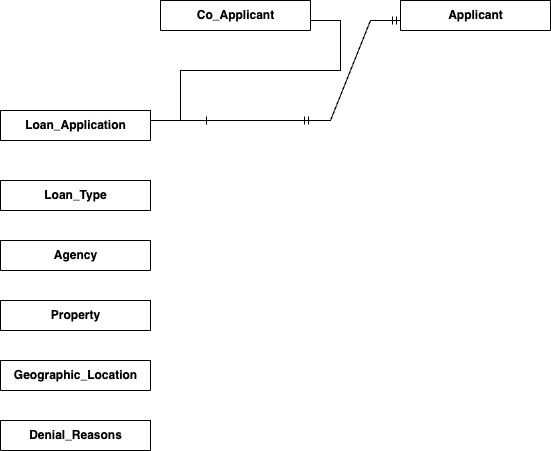
This is Untitled Diagram.drawio.png from nivasharmaa/CS336-Project0-group43, a draw.io export, as it was before one commit. Source tidied: cells renumbered, new cells last; positions are measured from the earlier drawing's top-left corner, leaving out a move shared by most shapes.
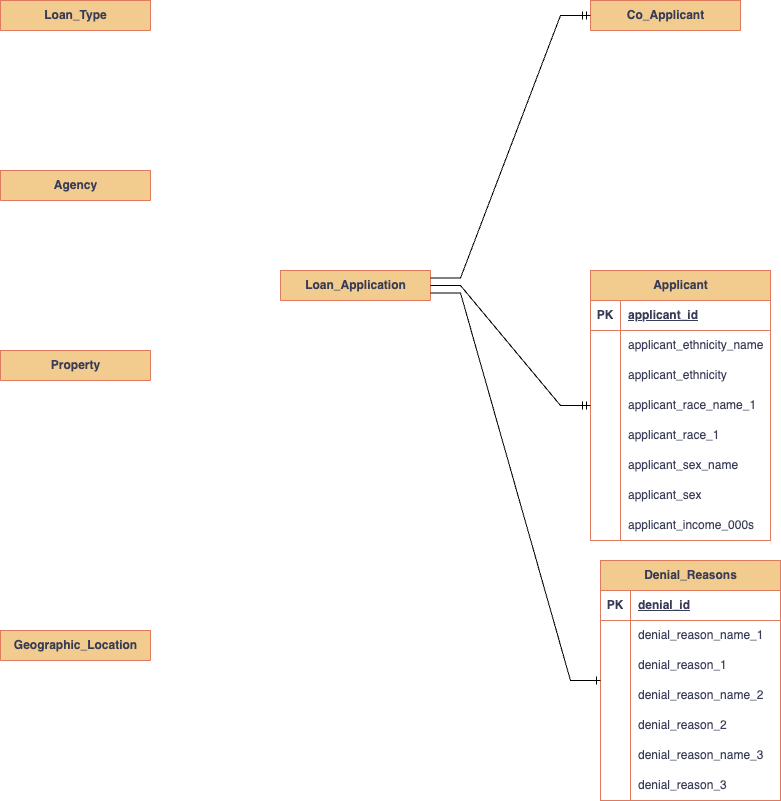
The same diagram one commit later.

Change to the diagram source:
```diff
@@ -2,53 +2,173 @@
   <root>
     <mxCell id="0" />
     <mxCell id="1" parent="0" />
-    <mxCell id="2" style="edgeStyle=entityRelationEdgeStyle;fontSize=12;html=1;endArrow=ERone;endFill=1;rounded=0;" parent="1" edge="1">
-      <mxGeometry relative="1" as="geometry">
-        <mxPoint x="310" y="20" as="sourcePoint" />
-        <mxPoint x="210" y="120" as="targetPoint" />
-        <Array as="points">
-          <mxPoint x="140" y="20" />
-        </Array>
-      </mxGeometry>
-    </mxCell>
-    <mxCell id="3" value="Loan&lt;span class=&quot;hljs-emphasis&quot;&gt;_Application&lt;/span&gt;" style="shape=table;startSize=30;rowLines=0;fontStyle=1;align=center;html=1;" parent="1" vertex="1" collapsed="1">
-      <mxGeometry y="110" width="150" height="30" as="geometry" />
+    <mxCell id="3" value="Loan&lt;span class=&quot;hljs-emphasis&quot;&gt;_Application&lt;/span&gt;" style="shape=table;startSize=30;rowLines=0;fontStyle=1;align=center;html=1;labelBackgroundColor=none;fillColor=#F2CC8F;strokeColor=#E07A5F;fontColor=#393C56;" parent="1" vertex="1" collapsed="1">
+      <mxGeometry x="230" y="180" width="150" height="30" as="geometry" />
     </mxCell>
-    <mxCell id="4" value="Applicant" style="shape=table;startSize=30;rowLines=0;fontStyle=1;align=center;html=1;" parent="1" vertex="1" collapsed="1">
-      <mxGeometry x="400" width="150" height="30" as="geometry" />
+    <mxCell id="4" value="Applicant" style="shape=table;startSize=30;rowLines=0;fontStyle=1;align=center;html=1;labelBackgroundColor=none;fillColor=#F2CC8F;strokeColor=#E07A5F;fontColor=#393C56;" parent="1" vertex="1">
+      <mxGeometry x="540" y="180" width="180" height="270" as="geometry" />
     </mxCell>
+    <mxCell id="13" style="shape=tableRow;horizontal=0;startSize=0;swimlaneHead=0;swimlaneBody=0;fillColor=none;top=0;left=0;right=0;bottom=1;labelBackgroundColor=none;strokeColor=#E07A5F;fontColor=#393C56;" parent="4" vertex="1">
+      <mxGeometry y="30" width="180" height="30" as="geometry" />
+    </mxCell>
+    <mxCell id="14" value="PK" style="shape=partialRectangle;fillColor=none;top=0;left=0;bottom=0;right=0;fontStyle=1;overflow=hidden;whiteSpace=wrap;html=1;labelBackgroundColor=none;strokeColor=#E07A5F;fontColor=#393C56;" parent="13" vertex="1">
+      <mxGeometry width="30" height="30" as="geometry" />
+    </mxCell>
+    <mxCell id="15" value="applicant&lt;span class=&quot;hljs-emphasis&quot;&gt;_id&lt;/span&gt;" style="shape=partialRectangle;fillColor=none;top=0;left=0;bottom=0;right=0;align=left;spacingLeft=6;fontStyle=5;overflow=hidden;whiteSpace=wrap;html=1;labelBackgroundColor=none;strokeColor=#E07A5F;fontColor=#393C56;" parent="13" vertex="1">
+      <mxGeometry x="30" width="150" height="30" as="geometry" />
+    </mxCell>
+    <mxCell id="16" style="shape=tableRow;horizontal=0;startSize=0;swimlaneHead=0;swimlaneBody=0;fillColor=none;top=0;left=0;right=0;bottom=0;labelBackgroundColor=none;strokeColor=#E07A5F;fontColor=#393C56;" parent="4" vertex="1">
+      <mxGeometry y="60" width="180" height="30" as="geometry" />
+    </mxCell>
+    <mxCell id="17" style="shape=partialRectangle;fillColor=none;top=0;left=0;bottom=0;right=0;overflow=hidden;whiteSpace=wrap;html=1;labelBackgroundColor=none;strokeColor=#E07A5F;fontColor=#393C56;" parent="16" vertex="1">
+      <mxGeometry width="30" height="30" as="geometry" />
+    </mxCell>
+    <mxCell id="18" value="&lt;meta charset=&quot;utf-8&quot;&gt;&lt;span class=&quot;hljs-emphasis&quot;&gt;applicant_&lt;/span&gt;ethnicity&lt;span class=&quot;hljs-emphasis&quot;&gt;_name&lt;/span&gt;" style="shape=partialRectangle;fillColor=none;top=0;left=0;bottom=0;right=0;align=left;spacingLeft=6;overflow=hidden;whiteSpace=wrap;html=1;labelBackgroundColor=none;strokeColor=#E07A5F;fontColor=#393C56;" parent="16" vertex="1">
+      <mxGeometry x="30" width="150" height="30" as="geometry" />
+    </mxCell>
+    <mxCell id="19" style="shape=tableRow;horizontal=0;startSize=0;swimlaneHead=0;swimlaneBody=0;fillColor=none;top=0;left=0;right=0;bottom=0;labelBackgroundColor=none;strokeColor=#E07A5F;fontColor=#393C56;" parent="4" vertex="1">
+      <mxGeometry y="90" width="180" height="30" as="geometry" />
+    </mxCell>
+    <mxCell id="20" style="shape=partialRectangle;fillColor=none;top=0;left=0;bottom=0;right=0;overflow=hidden;whiteSpace=wrap;html=1;labelBackgroundColor=none;strokeColor=#E07A5F;fontColor=#393C56;" parent="19" vertex="1">
+      <mxGeometry width="30" height="30" as="geometry" />
+    </mxCell>
+    <mxCell id="21" value="&lt;meta charset=&quot;utf-8&quot;&gt;&lt;span class=&quot;hljs-emphasis&quot;&gt;applicant_&lt;/span&gt;ethnicity" style="shape=partialRectangle;fillColor=none;top=0;left=0;bottom=0;right=0;align=left;spacingLeft=6;overflow=hidden;whiteSpace=wrap;html=1;labelBackgroundColor=none;strokeColor=#E07A5F;fontColor=#393C56;" parent="19" vertex="1">
+      <mxGeometry x="30" width="150" height="30" as="geometry" />
+    </mxCell>
+    <mxCell id="22" style="shape=tableRow;horizontal=0;startSize=0;swimlaneHead=0;swimlaneBody=0;fillColor=none;top=0;left=0;right=0;bottom=0;labelBackgroundColor=none;strokeColor=#E07A5F;fontColor=#393C56;" parent="4" vertex="1">
+      <mxGeometry y="120" width="180" height="30" as="geometry" />
+    </mxCell>
+    <mxCell id="23" style="shape=partialRectangle;fillColor=none;top=0;left=0;bottom=0;right=0;overflow=hidden;whiteSpace=wrap;html=1;labelBackgroundColor=none;strokeColor=#E07A5F;fontColor=#393C56;" parent="22" vertex="1">
+      <mxGeometry width="30" height="30" as="geometry" />
+    </mxCell>
+    <mxCell id="24" value="&lt;meta charset=&quot;utf-8&quot;&gt;applicant&lt;span class=&quot;hljs-emphasis&quot;&gt;_race_&lt;/span&gt;name&lt;span class=&quot;hljs-emphasis&quot;&gt;_1&lt;/span&gt;" style="shape=partialRectangle;fillColor=none;top=0;left=0;bottom=0;right=0;align=left;spacingLeft=6;overflow=hidden;whiteSpace=wrap;html=1;labelBackgroundColor=none;strokeColor=#E07A5F;fontColor=#393C56;" parent="22" vertex="1">
+      <mxGeometry x="30" width="150" height="30" as="geometry" />
+    </mxCell>
+    <mxCell id="25" style="shape=tableRow;horizontal=0;startSize=0;swimlaneHead=0;swimlaneBody=0;fillColor=none;top=0;left=0;right=0;bottom=0;labelBackgroundColor=none;strokeColor=#E07A5F;fontColor=#393C56;" parent="4" vertex="1">
+      <mxGeometry y="150" width="180" height="30" as="geometry" />
+    </mxCell>
+    <mxCell id="26" style="shape=partialRectangle;fillColor=none;top=0;left=0;bottom=0;right=0;overflow=hidden;whiteSpace=wrap;html=1;labelBackgroundColor=none;strokeColor=#E07A5F;fontColor=#393C56;" parent="25" vertex="1">
+      <mxGeometry width="30" height="30" as="geometry" />
+    </mxCell>
+    <mxCell id="27" value="&lt;meta charset=&quot;utf-8&quot;&gt;&lt;span class=&quot;hljs-emphasis&quot;&gt;applicant_&lt;/span&gt;race&lt;span class=&quot;hljs-emphasis&quot;&gt;_1&lt;/span&gt;" style="shape=partialRectangle;fillColor=none;top=0;left=0;bottom=0;right=0;align=left;spacingLeft=6;overflow=hidden;whiteSpace=wrap;html=1;labelBackgroundColor=none;strokeColor=#E07A5F;fontColor=#393C56;" parent="25" vertex="1">
+      <mxGeometry x="30" width="150" height="30" as="geometry" />
+    </mxCell>
+    <mxCell id="28" style="shape=tableRow;horizontal=0;startSize=0;swimlaneHead=0;swimlaneBody=0;fillColor=none;top=0;left=0;right=0;bottom=0;labelBackgroundColor=none;strokeColor=#E07A5F;fontColor=#393C56;" parent="4" vertex="1">
+      <mxGeometry y="180" width="180" height="30" as="geometry" />
+    </mxCell>
+    <mxCell id="29" style="shape=partialRectangle;fillColor=none;top=0;left=0;bottom=0;right=0;overflow=hidden;whiteSpace=wrap;html=1;labelBackgroundColor=none;strokeColor=#E07A5F;fontColor=#393C56;" parent="28" vertex="1">
+      <mxGeometry width="30" height="30" as="geometry" />
+    </mxCell>
+    <mxCell id="30" value="&lt;meta charset=&quot;utf-8&quot;&gt;&lt;span class=&quot;hljs-emphasis&quot;&gt;applicant_&lt;/span&gt;sex&lt;span class=&quot;hljs-emphasis&quot;&gt;_name&lt;/span&gt;" style="shape=partialRectangle;fillColor=none;top=0;left=0;bottom=0;right=0;align=left;spacingLeft=6;overflow=hidden;whiteSpace=wrap;html=1;labelBackgroundColor=none;strokeColor=#E07A5F;fontColor=#393C56;" parent="28" vertex="1">
+      <mxGeometry x="30" width="150" height="30" as="geometry" />
+    </mxCell>
+    <mxCell id="31" style="shape=tableRow;horizontal=0;startSize=0;swimlaneHead=0;swimlaneBody=0;fillColor=none;top=0;left=0;right=0;bottom=0;labelBackgroundColor=none;strokeColor=#E07A5F;fontColor=#393C56;" parent="4" vertex="1">
+      <mxGeometry y="210" width="180" height="30" as="geometry" />
+    </mxCell>
+    <mxCell id="32" style="shape=partialRectangle;fillColor=none;top=0;left=0;bottom=0;right=0;overflow=hidden;whiteSpace=wrap;html=1;labelBackgroundColor=none;strokeColor=#E07A5F;fontColor=#393C56;" parent="31" vertex="1">
+      <mxGeometry width="30" height="30" as="geometry" />
+    </mxCell>
+    <mxCell id="33" value="&lt;meta charset=&quot;utf-8&quot;&gt;&lt;span class=&quot;hljs-emphasis&quot;&gt;applicant_&lt;/span&gt;sex" style="shape=partialRectangle;fillColor=none;top=0;left=0;bottom=0;right=0;align=left;spacingLeft=6;overflow=hidden;whiteSpace=wrap;html=1;labelBackgroundColor=none;strokeColor=#E07A5F;fontColor=#393C56;" parent="31" vertex="1">
+      <mxGeometry x="30" width="150" height="30" as="geometry" />
+    </mxCell>
+    <mxCell id="34" style="shape=tableRow;horizontal=0;startSize=0;swimlaneHead=0;swimlaneBody=0;fillColor=none;top=0;left=0;right=0;bottom=0;labelBackgroundColor=none;strokeColor=#E07A5F;fontColor=#393C56;" parent="4" vertex="1">
+      <mxGeometry y="240" width="180" height="30" as="geometry" />
+    </mxCell>
+    <mxCell id="35" style="shape=partialRectangle;fillColor=none;top=0;left=0;bottom=0;right=0;overflow=hidden;whiteSpace=wrap;html=1;labelBackgroundColor=none;strokeColor=#E07A5F;fontColor=#393C56;" parent="34" vertex="1">
+      <mxGeometry width="30" height="30" as="geometry" />
+    </mxCell>
+    <mxCell id="36" value="&lt;meta charset=&quot;utf-8&quot;&gt;applicant&lt;span class=&quot;hljs-emphasis&quot;&gt;_income_&lt;/span&gt;000s" style="shape=partialRectangle;fillColor=none;top=0;left=0;bottom=0;right=0;align=left;spacingLeft=6;overflow=hidden;whiteSpace=wrap;html=1;labelBackgroundColor=none;strokeColor=#E07A5F;fontColor=#393C56;" parent="34" vertex="1">
+      <mxGeometry x="30" width="150" height="30" as="geometry" />
+    </mxCell>
-    <mxCell id="5" value="Co&lt;span class=&quot;hljs-emphasis&quot;&gt;_Applicant&lt;/span&gt;" style="shape=table;startSize=30;rowLines=0;fontStyle=1;align=center;html=1;" parent="1" vertex="1" collapsed="1">
-      <mxGeometry x="160" width="150" height="30" as="geometry" />
+    <mxCell id="5" value="Co&lt;span class=&quot;hljs-emphasis&quot;&gt;_Applicant&lt;/span&gt;" style="shape=table;startSize=30;rowLines=0;fontStyle=1;align=center;html=1;labelBackgroundColor=none;fillColor=#F2CC8F;strokeColor=#E07A5F;fontColor=#393C56;" parent="1" vertex="1" collapsed="1">
+      <mxGeometry x="540" y="-90" width="150" height="30" as="geometry" />
     </mxCell>
-    <mxCell id="6" value="Loan_Type" style="shape=table;startSize=30;rowLines=0;fontStyle=1;align=center;html=1;" parent="1" vertex="1" collapsed="1">
-      <mxGeometry y="180" width="150" height="30" as="geometry" />
+    <mxCell id="6" value="Loan_Type" style="shape=table;startSize=30;rowLines=0;fontStyle=1;align=center;html=1;labelBackgroundColor=none;fillColor=#F2CC8F;strokeColor=#E07A5F;fontColor=#393C56;" parent="1" vertex="1" collapsed="1">
+      <mxGeometry x="-50" y="-90" width="150" height="30" as="geometry" />
     </mxCell>
-    <mxCell id="7" value="Agency" style="shape=table;startSize=30;rowLines=0;fontStyle=1;align=center;html=1;" parent="1" vertex="1" collapsed="1">
-      <mxGeometry y="240" width="150" height="30" as="geometry" />
+    <mxCell id="7" value="Agency" style="shape=table;startSize=30;rowLines=0;fontStyle=1;align=center;html=1;labelBackgroundColor=none;fillColor=#F2CC8F;strokeColor=#E07A5F;fontColor=#393C56;" parent="1" vertex="1" collapsed="1">
+      <mxGeometry x="-50" y="80" width="150" height="30" as="geometry" />
     </mxCell>
-    <mxCell id="8" value="Property" style="shape=table;startSize=30;rowLines=0;fontStyle=1;align=center;html=1;" parent="1" vertex="1" collapsed="1">
-      <mxGeometry y="300" width="150" height="30" as="geometry" />
+    <mxCell id="8" value="Property" style="shape=table;startSize=30;rowLines=0;fontStyle=1;align=center;html=1;labelBackgroundColor=none;fillColor=#F2CC8F;strokeColor=#E07A5F;fontColor=#393C56;" parent="1" vertex="1" collapsed="1">
+      <mxGeometry x="-50" y="260" width="150" height="30" as="geometry" />
     </mxCell>
-    <mxCell id="9" value="Geographic&lt;span class=&quot;hljs-emphasis&quot;&gt;_Location&lt;/span&gt;" style="shape=table;startSize=30;rowLines=0;fontStyle=1;align=center;html=1;" parent="1" vertex="1" collapsed="1">
-      <mxGeometry y="360" width="150" height="30" as="geometry" />
+    <mxCell id="9" value="Geographic&lt;span class=&quot;hljs-emphasis&quot;&gt;_Location&lt;/span&gt;" style="shape=table;startSize=30;rowLines=0;fontStyle=1;align=center;html=1;labelBackgroundColor=none;fillColor=#F2CC8F;strokeColor=#E07A5F;fontColor=#393C56;" parent="1" vertex="1" collapsed="1">
+      <mxGeometry x="-50" y="540" width="150" height="30" as="geometry" />
     </mxCell>
-    <mxCell id="10" value="Denial&lt;span class=&quot;hljs-emphasis&quot;&gt;_Reasons&lt;/span&gt;" style="shape=table;startSize=30;rowLines=0;fontStyle=1;align=center;html=1;" parent="1" vertex="1" collapsed="1">
-      <mxGeometry y="420" width="150" height="30" as="geometry" />
+    <mxCell id="10" value="Denial&lt;span class=&quot;hljs-emphasis&quot;&gt;_Reasons&lt;/span&gt;" style="shape=table;startSize=30;rowLines=0;fontStyle=1;align=center;html=1;labelBackgroundColor=none;fillColor=#F2CC8F;strokeColor=#E07A5F;fontColor=#393C56;" parent="1" vertex="1">
+      <mxGeometry x="550" y="470" width="180" height="240" as="geometry" />
     </mxCell>
-    <mxCell id="11" style="edgeStyle=entityRelationEdgeStyle;fontSize=12;html=1;endArrow=ERmandOne;startArrow=ERmandOne;rounded=0;" parent="1" edge="1">
-      <mxGeometry relative="1" as="geometry">
-        <mxPoint x="300" y="120" as="sourcePoint" />
-        <mxPoint x="400" y="20" as="targetPoint" />
-        <Array as="points">
-          <mxPoint x="350" y="70" />
-        </Array>
-      </mxGeometry>
-    </mxCell>
-    <mxCell id="12" style="endArrow=none;html=1;rounded=0;" parent="1" edge="1">
-      <mxGeometry relative="1" as="geometry">
-        <mxPoint x="150" y="120" as="sourcePoint" />
-        <mxPoint x="310" y="120" as="targetPoint" />
-      </mxGeometry>
-    </mxCell>
+    <mxCell id="37" style="shape=tableRow;horizontal=0;startSize=0;swimlaneHead=0;swimlaneBody=0;fillColor=none;top=0;left=0;right=0;bottom=1;labelBackgroundColor=none;strokeColor=#E07A5F;fontColor=#393C56;" parent="10" vertex="1">
+      <mxGeometry y="30" width="180" height="30" as="geometry" />
+    </mxCell>
+    <mxCell id="38" value="PK" style="shape=partialRectangle;fillColor=none;top=0;left=0;bottom=0;right=0;fontStyle=1;overflow=hidden;whiteSpace=wrap;html=1;labelBackgroundColor=none;strokeColor=#E07A5F;fontColor=#393C56;" parent="37" vertex="1">
+      <mxGeometry width="30" height="30" as="geometry" />
+    </mxCell>
+    <mxCell id="39" value="&lt;span class=&quot;hljs-emphasis&quot;&gt;denial_&lt;/span&gt;id" style="shape=partialRectangle;fillColor=none;top=0;left=0;bottom=0;right=0;align=left;spacingLeft=6;fontStyle=5;overflow=hidden;whiteSpace=wrap;html=1;labelBackgroundColor=none;strokeColor=#E07A5F;fontColor=#393C56;" parent="37" vertex="1">
+      <mxGeometry x="30" width="150" height="30" as="geometry" />
+    </mxCell>
+    <mxCell id="40" style="shape=tableRow;horizontal=0;startSize=0;swimlaneHead=0;swimlaneBody=0;fillColor=none;top=0;left=0;right=0;bottom=0;labelBackgroundColor=none;strokeColor=#E07A5F;fontColor=#393C56;" parent="10" vertex="1">
+      <mxGeometry y="60" width="180" height="30" as="geometry" />
+    </mxCell>
+    <mxCell id="41" style="shape=partialRectangle;fillColor=none;top=0;left=0;bottom=0;right=0;overflow=hidden;whiteSpace=wrap;html=1;labelBackgroundColor=none;strokeColor=#E07A5F;fontColor=#393C56;" parent="40" vertex="1">
+      <mxGeometry width="30" height="30" as="geometry" />
+    </mxCell>
+    <mxCell id="42" value="&lt;meta charset=&quot;utf-8&quot;&gt;denial&lt;span class=&quot;hljs-emphasis&quot;&gt;_reason_&lt;/span&gt;name&lt;span class=&quot;hljs-emphasis&quot;&gt;_1&lt;/span&gt;" style="shape=partialRectangle;fillColor=none;top=0;left=0;bottom=0;right=0;align=left;spacingLeft=6;overflow=hidden;whiteSpace=wrap;html=1;labelBackgroundColor=none;strokeColor=#E07A5F;fontColor=#393C56;" parent="40" vertex="1">
+      <mxGeometry x="30" width="150" height="30" as="geometry" />
+    </mxCell>
+    <mxCell id="43" style="shape=tableRow;horizontal=0;startSize=0;swimlaneHead=0;swimlaneBody=0;fillColor=none;top=0;left=0;right=0;bottom=0;labelBackgroundColor=none;strokeColor=#E07A5F;fontColor=#393C56;" parent="10" vertex="1">
+      <mxGeometry y="90" width="180" height="30" as="geometry" />
+    </mxCell>
+    <mxCell id="44" style="shape=partialRectangle;fillColor=none;top=0;left=0;bottom=0;right=0;overflow=hidden;whiteSpace=wrap;html=1;labelBackgroundColor=none;strokeColor=#E07A5F;fontColor=#393C56;" parent="43" vertex="1">
+      <mxGeometry width="30" height="30" as="geometry" />
+    </mxCell>
+    <mxCell id="45" value="&lt;meta charset=&quot;utf-8&quot;&gt;&lt;span class=&quot;hljs-emphasis&quot;&gt;denial_&lt;/span&gt;reason&lt;span class=&quot;hljs-emphasis&quot;&gt;_1&lt;/span&gt;" style="shape=partialRectangle;fillColor=none;top=0;left=0;bottom=0;right=0;align=left;spacingLeft=6;overflow=hidden;whiteSpace=wrap;html=1;labelBackgroundColor=none;strokeColor=#E07A5F;fontColor=#393C56;" parent="43" vertex="1">
+      <mxGeometry x="30" width="150" height="30" as="geometry" />
+    </mxCell>
+    <mxCell id="46" style="shape=tableRow;horizontal=0;startSize=0;swimlaneHead=0;swimlaneBody=0;fillColor=none;top=0;left=0;right=0;bottom=0;labelBackgroundColor=none;strokeColor=#E07A5F;fontColor=#393C56;" parent="10" vertex="1">
+      <mxGeometry y="120" width="180" height="30" as="geometry" />
+    </mxCell>
+    <mxCell id="47" style="shape=partialRectangle;fillColor=none;top=0;left=0;bottom=0;right=0;overflow=hidden;whiteSpace=wrap;html=1;labelBackgroundColor=none;strokeColor=#E07A5F;fontColor=#393C56;" parent="46" vertex="1">
+      <mxGeometry width="30" height="30" as="geometry" />
+    </mxCell>
+    <mxCell id="48" value="&lt;meta charset=&quot;utf-8&quot;&gt;&lt;span class=&quot;hljs-emphasis&quot;&gt;denial_&lt;/span&gt;reason&lt;span class=&quot;hljs-emphasis&quot;&gt;_name_&lt;/span&gt;2" style="shape=partialRectangle;fillColor=none;top=0;left=0;bottom=0;right=0;align=left;spacingLeft=6;overflow=hidden;whiteSpace=wrap;html=1;labelBackgroundColor=none;strokeColor=#E07A5F;fontColor=#393C56;" parent="46" vertex="1">
+      <mxGeometry x="30" width="150" height="30" as="geometry" />
+    </mxCell>
+    <mxCell id="49" style="shape=tableRow;horizontal=0;startSize=0;swimlaneHead=0;swimlaneBody=0;fillColor=none;top=0;left=0;right=0;bottom=0;labelBackgroundColor=none;strokeColor=#E07A5F;fontColor=#393C56;" parent="10" vertex="1">
+      <mxGeometry y="150" width="180" height="30" as="geometry" />
+    </mxCell>
+    <mxCell id="50" style="shape=partialRectangle;fillColor=none;top=0;left=0;bottom=0;right=0;overflow=hidden;whiteSpace=wrap;html=1;labelBackgroundColor=none;strokeColor=#E07A5F;fontColor=#393C56;" parent="49" vertex="1">
+      <mxGeometry width="30" height="30" as="geometry" />
+    </mxCell>
+    <mxCell id="51" value="&lt;meta charset=&quot;utf-8&quot;&gt;denial&lt;span class=&quot;hljs-emphasis&quot;&gt;_reason_&lt;/span&gt;2" style="shape=partialRectangle;fillColor=none;top=0;left=0;bottom=0;right=0;align=left;spacingLeft=6;overflow=hidden;whiteSpace=wrap;html=1;labelBackgroundColor=none;strokeColor=#E07A5F;fontColor=#393C56;" parent="49" vertex="1">
+      <mxGeometry x="30" width="150" height="30" as="geometry" />
+    </mxCell>
+    <mxCell id="52" style="shape=tableRow;horizontal=0;startSize=0;swimlaneHead=0;swimlaneBody=0;fillColor=none;top=0;left=0;right=0;bottom=0;labelBackgroundColor=none;strokeColor=#E07A5F;fontColor=#393C56;" parent="10" vertex="1">
+      <mxGeometry y="180" width="180" height="30" as="geometry" />
+    </mxCell>
+    <mxCell id="53" style="shape=partialRectangle;fillColor=none;top=0;left=0;bottom=0;right=0;overflow=hidden;whiteSpace=wrap;html=1;labelBackgroundColor=none;strokeColor=#E07A5F;fontColor=#393C56;" parent="52" vertex="1">
+      <mxGeometry width="30" height="30" as="geometry" />
+    </mxCell>
+    <mxCell id="54" value="&lt;meta charset=&quot;utf-8&quot;&gt;denial&lt;span class=&quot;hljs-emphasis&quot;&gt;_reason_&lt;/span&gt;name&lt;span class=&quot;hljs-emphasis&quot;&gt;_3&lt;/span&gt;" style="shape=partialRectangle;fillColor=none;top=0;left=0;bottom=0;right=0;align=left;spacingLeft=6;overflow=hidden;whiteSpace=wrap;html=1;labelBackgroundColor=none;strokeColor=#E07A5F;fontColor=#393C56;" parent="52" vertex="1">
+      <mxGeometry x="30" width="150" height="30" as="geometry" />
+    </mxCell>
+    <mxCell id="55" style="shape=tableRow;horizontal=0;startSize=0;swimlaneHead=0;swimlaneBody=0;fillColor=none;top=0;left=0;right=0;bottom=0;labelBackgroundColor=none;strokeColor=#E07A5F;fontColor=#393C56;" parent="10" vertex="1">
+      <mxGeometry y="210" width="180" height="30" as="geometry" />
+    </mxCell>
+    <mxCell id="56" style="shape=partialRectangle;fillColor=none;top=0;left=0;bottom=0;right=0;overflow=hidden;whiteSpace=wrap;html=1;labelBackgroundColor=none;strokeColor=#E07A5F;fontColor=#393C56;" parent="55" vertex="1">
+      <mxGeometry width="30" height="30" as="geometry" />
+    </mxCell>
+    <mxCell id="57" value="&lt;meta charset=&quot;utf-8&quot;&gt;&lt;span class=&quot;hljs-emphasis&quot;&gt;denial_&lt;/span&gt;reason&lt;span class=&quot;hljs-emphasis&quot;&gt;_3&lt;/span&gt;" style="shape=partialRectangle;fillColor=none;top=0;left=0;bottom=0;right=0;align=left;spacingLeft=6;overflow=hidden;whiteSpace=wrap;html=1;labelBackgroundColor=none;strokeColor=#E07A5F;fontColor=#393C56;" parent="55" vertex="1">
+      <mxGeometry x="30" width="150" height="30" as="geometry" />
+    </mxCell>
+    <mxCell id="58" style="edgeStyle=entityRelationEdgeStyle;fontSize=12;html=1;endArrow=ERmandOne;rounded=0;exitX=1;exitY=0.25;exitDx=0;exitDy=0;entryX=0;entryY=0.5;entryDx=0;entryDy=0;" parent="1" edge="1" source="3" target="5">
+      <mxGeometry relative="1" as="geometry" />
+    </mxCell>
+    <mxCell id="59" style="edgeStyle=entityRelationEdgeStyle;fontSize=12;html=1;endArrow=ERmandOne;rounded=0;exitX=1;exitY=0.5;exitDx=0;exitDy=0;entryX=0;entryY=0.5;entryDx=0;entryDy=0;" parent="1" edge="1" source="3" target="4">
+      <mxGeometry relative="1" as="geometry" />
+    </mxCell>
+    <mxCell id="60" style="edgeStyle=entityRelationEdgeStyle;fontSize=12;html=1;endArrow=ERone;endFill=1;rounded=0;exitX=1;exitY=0.75;exitDx=0;exitDy=0;entryX=0;entryY=0.5;entryDx=0;entryDy=0;" parent="1" edge="1" source="3" target="10">
+      <mxGeometry relative="1" as="geometry" />
+    </mxCell>
   </root>
 </mxGraphModel>
```
